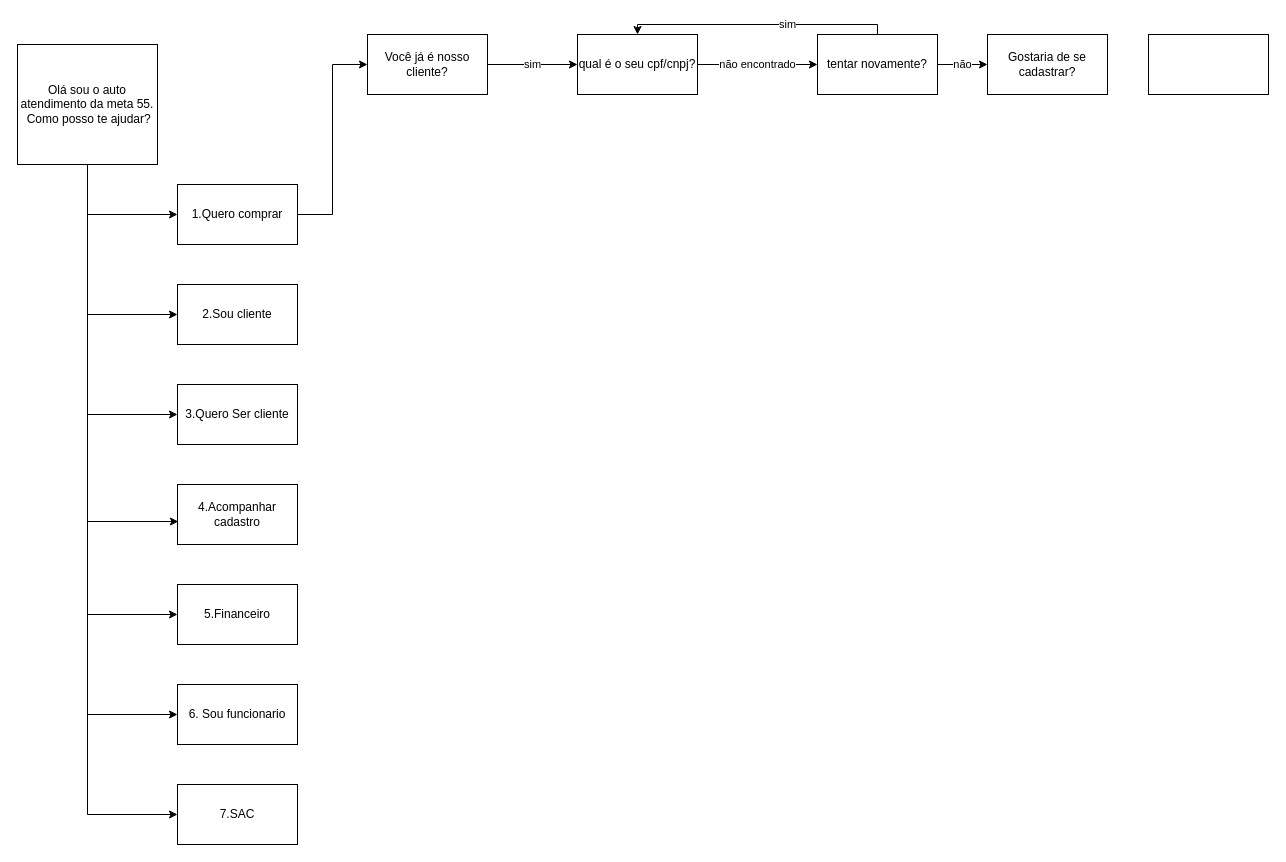
This is Untitled Diagram.drawio from SamuelvLopes/assents, a draw.io file, before an edit. Source tidied: cells renumbered, new cells numbered last; positions are measured from the earlier drawing's top-left corner, leaving out a move shared by most shapes. Both pictures are drawn from the tidied source at 100%, with x=0, y=0 at pixel (17, 24).
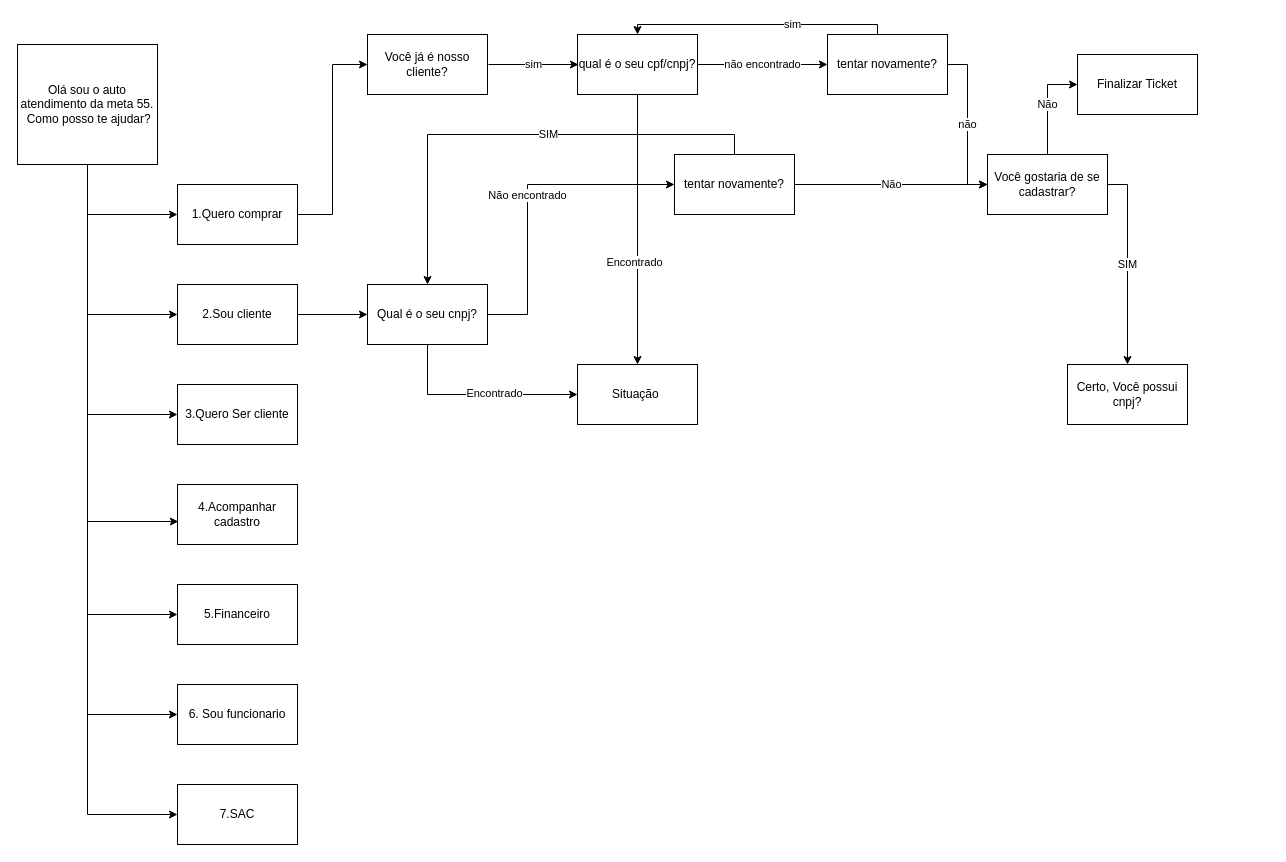
Above is the later version.

Unchanged cells that the change refers to:
```xml
<mxCell id="12" value="2.Sou cliente&lt;br&gt;" style="rounded=0;whiteSpace=wrap;html=1;" parent="1" vertex="1">
  <mxGeometry x="160" y="260" width="120" height="60" as="geometry" />
</mxCell>
<mxCell id="19" value="Você já é nosso cliente?" style="rounded=0;whiteSpace=wrap;html=1;" parent="1" vertex="1">
  <mxGeometry x="350" y="10" width="120" height="60" as="geometry" />
</mxCell>
<mxCell id="21" value="qual é o seu cpf/cnpj?&lt;br&gt;" style="rounded=0;whiteSpace=wrap;html=1;" parent="1" vertex="1">
  <mxGeometry x="560" y="10" width="120" height="60" as="geometry" />
</mxCell>
```

What changed in the source:
```diff
@@
+    <mxCell id="27" style="edgeStyle=orthogonalEdgeStyle;rounded=0;jettySize=auto;html=1;" parent="1" edge="1" source="12" target="35">
+      <mxGeometry relative="1" as="geometry" />
+    </mxCell>
@@
-    <mxCell id="18" value="sim&lt;br&gt;" style="edgeStyle=orthogonalEdgeStyle;rounded=0;jettySize=auto;html=1;exitX=1;exitY=0.5;exitDx=0;exitDy=0;entryX=0;entryY=0.5;entryDx=0;entryDy=0;" parent="1" edge="1" source="19" target="21">
-      <mxGeometry relative="1" as="geometry" />
+    <mxCell id="18" value="sim&lt;br&gt;" style="edgeStyle=orthogonalEdgeStyle;rounded=0;orthogonalLoop=1;jettySize=auto;html=1;exitX=1;exitY=0.5;exitDx=0;exitDy=0;entryX=0;entryY=0.5;entryDx=0;entryDy=0;" parent="1" edge="1">
+      <mxGeometry relative="1" as="geometry">
+        <mxPoint x="471" y="40" as="sourcePoint" />
+        <mxPoint x="561" y="40" as="targetPoint" />
+        <Array as="points">
+          <mxPoint x="511" y="40" />
+          <mxPoint x="511" y="40" />
+        </Array>
+      </mxGeometry>
     </mxCell>
@@
+    <mxCell id="28" style="edgeStyle=orthogonalEdgeStyle;rounded=0;jettySize=auto;html=1;exitX=0.5;exitY=1;exitDx=0;exitDy=0;entryX=0.5;entryY=0;entryDx=0;entryDy=0;" parent="1" edge="1" source="21" target="41">
+      <mxGeometry relative="1" as="geometry" />
+    </mxCell>
+    <mxCell id="29" value="Encontrado&lt;br&gt;" style="edgeLabel;html=1;align=center;verticalAlign=middle;" parent="28" vertex="1">
+      <mxGeometry x="0.24" y="-4" relative="1" as="geometry" />
+    </mxCell>
@@
     <mxCell id="24" value="tentar novamente?" style="rounded=0;whiteSpace=wrap;html=1;" parent="1" vertex="1">
-      <mxGeometry x="800" y="10" width="120" height="60" as="geometry" />
+      <mxGeometry x="810" y="10" width="120" height="60" as="geometry" />
     </mxCell>
+    <mxCell id="30" value="SIM" style="edgeStyle=orthogonalEdgeStyle;rounded=0;jettySize=auto;html=1;exitX=1;exitY=0.5;exitDx=0;exitDy=0;" parent="1" edge="1" source="25" target="26">
+      <mxGeometry relative="1" as="geometry" />
+    </mxCell>
+    <mxCell id="31" value="Não" style="edgeStyle=orthogonalEdgeStyle;rounded=0;jettySize=auto;html=1;exitX=0.5;exitY=0;exitDx=0;exitDy=0;entryX=0;entryY=0.5;entryDx=0;entryDy=0;" parent="1" edge="1" source="25" target="40">
+      <mxGeometry relative="1" as="geometry" />
+    </mxCell>
-    <mxCell id="25" value="Gostaria de se cadastrar?" style="rounded=0;whiteSpace=wrap;html=1;" parent="1" vertex="1">
-      <mxGeometry x="970" y="10" width="120" height="60" as="geometry" />
+    <mxCell id="25" value="Você gostaria de se cadastrar?" style="rounded=0;whiteSpace=wrap;html=1;" parent="1" vertex="1">
+      <mxGeometry x="970" y="130" width="120" height="60" as="geometry" />
     </mxCell>
-    <mxCell id="26" style="rounded=0;whiteSpace=wrap;html=1;" parent="1" vertex="1">
-      <mxGeometry x="1131" y="10" width="120" height="60" as="geometry" />
+    <mxCell id="26" value="Certo, Você possui cnpj?" style="rounded=0;whiteSpace=wrap;html=1;" parent="1" vertex="1">
+      <mxGeometry x="1050" y="340" width="120" height="60" as="geometry" />
     </mxCell>
+    <mxCell id="32" value="Não encontrado&lt;br&gt;" style="edgeStyle=orthogonalEdgeStyle;rounded=0;jettySize=auto;html=1;exitX=1;exitY=0.5;exitDx=0;exitDy=0;entryX=0;entryY=0.5;entryDx=0;entryDy=0;" parent="1" edge="1" source="35" target="39">
+      <mxGeometry relative="1" as="geometry">
+        <Array as="points">
+          <mxPoint x="510" y="290" />
+          <mxPoint x="510" y="160" />
+        </Array>
+      </mxGeometry>
+    </mxCell>
+    <mxCell id="33" style="edgeStyle=orthogonalEdgeStyle;rounded=0;jettySize=auto;html=1;exitX=0.5;exitY=1;exitDx=0;exitDy=0;entryX=0;entryY=0.5;entryDx=0;entryDy=0;" parent="1" edge="1" source="35" target="41">
+      <mxGeometry relative="1" as="geometry">
+        <Array as="points">
+          <mxPoint x="410" y="370" />
+        </Array>
+      </mxGeometry>
+    </mxCell>
+    <mxCell id="34" value="Encontrado" style="edgeLabel;html=1;align=center;verticalAlign=middle;" parent="33" vertex="1">
+      <mxGeometry x="0.16" y="2" relative="1" as="geometry" />
+    </mxCell>
+    <mxCell id="35" value="Qual é o seu cnpj?" style="rounded=0;whiteSpace=wrap;html=1;" parent="1" vertex="1">
+      <mxGeometry x="350" y="260" width="120" height="60" as="geometry" />
+    </mxCell>
+    <mxCell id="36" style="edgeStyle=orthogonalEdgeStyle;rounded=0;jettySize=auto;html=1;exitX=0.5;exitY=0;exitDx=0;exitDy=0;entryX=0.5;entryY=0;entryDx=0;entryDy=0;" parent="1" edge="1" source="39" target="35">
+      <mxGeometry relative="1" as="geometry" />
+    </mxCell>
+    <mxCell id="37" value="SIM" style="edgeLabel;html=1;align=center;verticalAlign=middle;" parent="36" vertex="1">
+      <mxGeometry x="-0.13" y="-1" relative="1" as="geometry" />
+    </mxCell>
+    <mxCell id="38" value="Não" style="edgeStyle=orthogonalEdgeStyle;rounded=0;jettySize=auto;html=1;entryX=0;entryY=0.5;entryDx=0;entryDy=0;" parent="1" edge="1" source="39" target="25">
+      <mxGeometry relative="1" as="geometry" />
+    </mxCell>
+    <mxCell id="39" value="tentar novamente?" style="rounded=0;whiteSpace=wrap;html=1;" parent="1" vertex="1">
+      <mxGeometry x="657" y="130" width="120" height="60" as="geometry" />
+    </mxCell>
+    <mxCell id="40" value="Finalizar Ticket" style="rounded=0;whiteSpace=wrap;html=1;" parent="1" vertex="1">
+      <mxGeometry x="1060" y="30" width="120" height="60" as="geometry" />
+    </mxCell>
+    <mxCell id="41" value="Situação&amp;nbsp;" style="rounded=0;whiteSpace=wrap;html=1;" parent="1" vertex="1">
+      <mxGeometry x="560" y="340" width="120" height="60" as="geometry" />
+    </mxCell>
```
